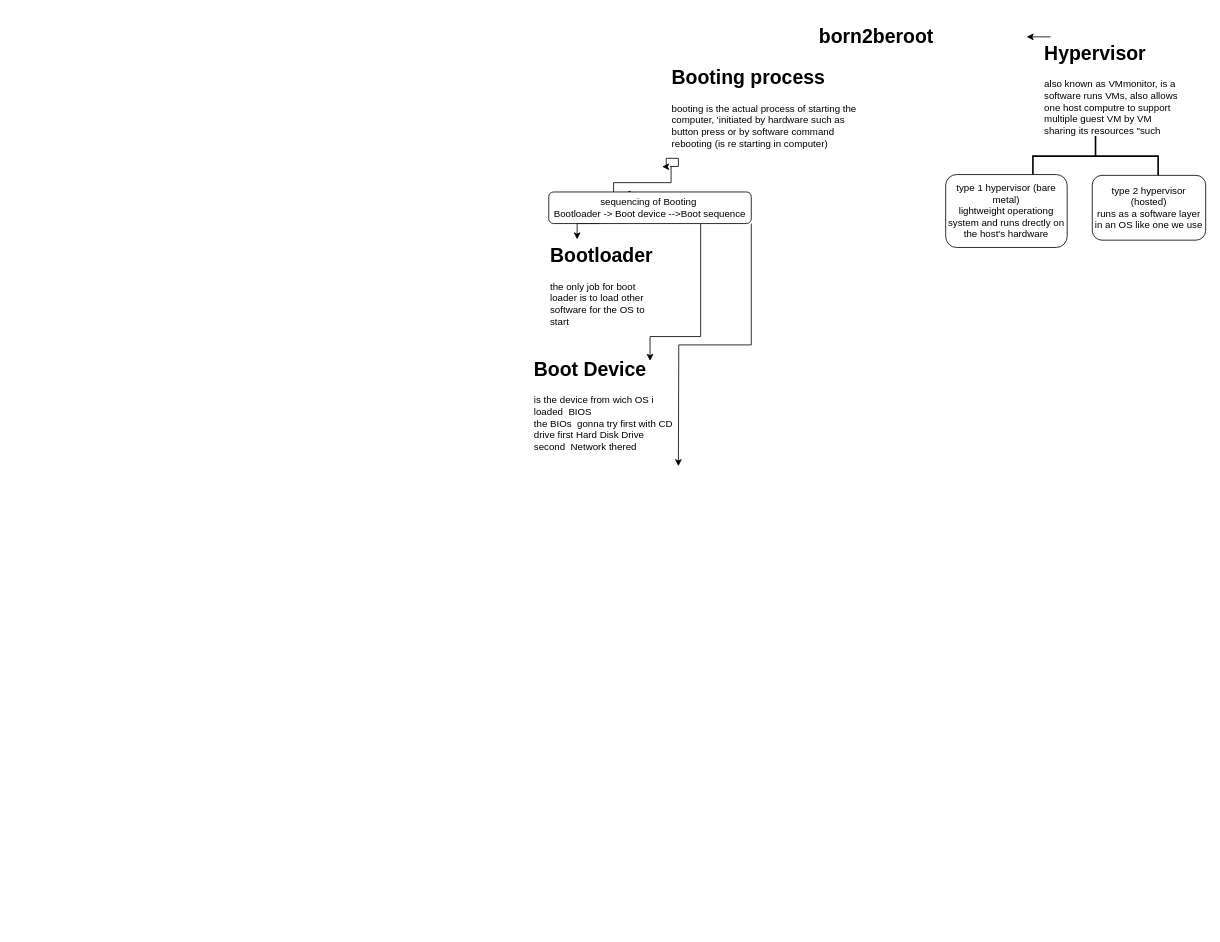
The draw.io diagram hi/algorithms/Untitled Diagram.drawio in raynlamlaika/rayane-hub, before the edit. Source tidied: cells renumbered, new cells numbered last; positions are measured from the earlier drawing's top-left corner, leaving out a move shared by most shapes. Both pictures are drawn from the tidied source at 81%, with x=0, y=0 at pixel (532, 20).
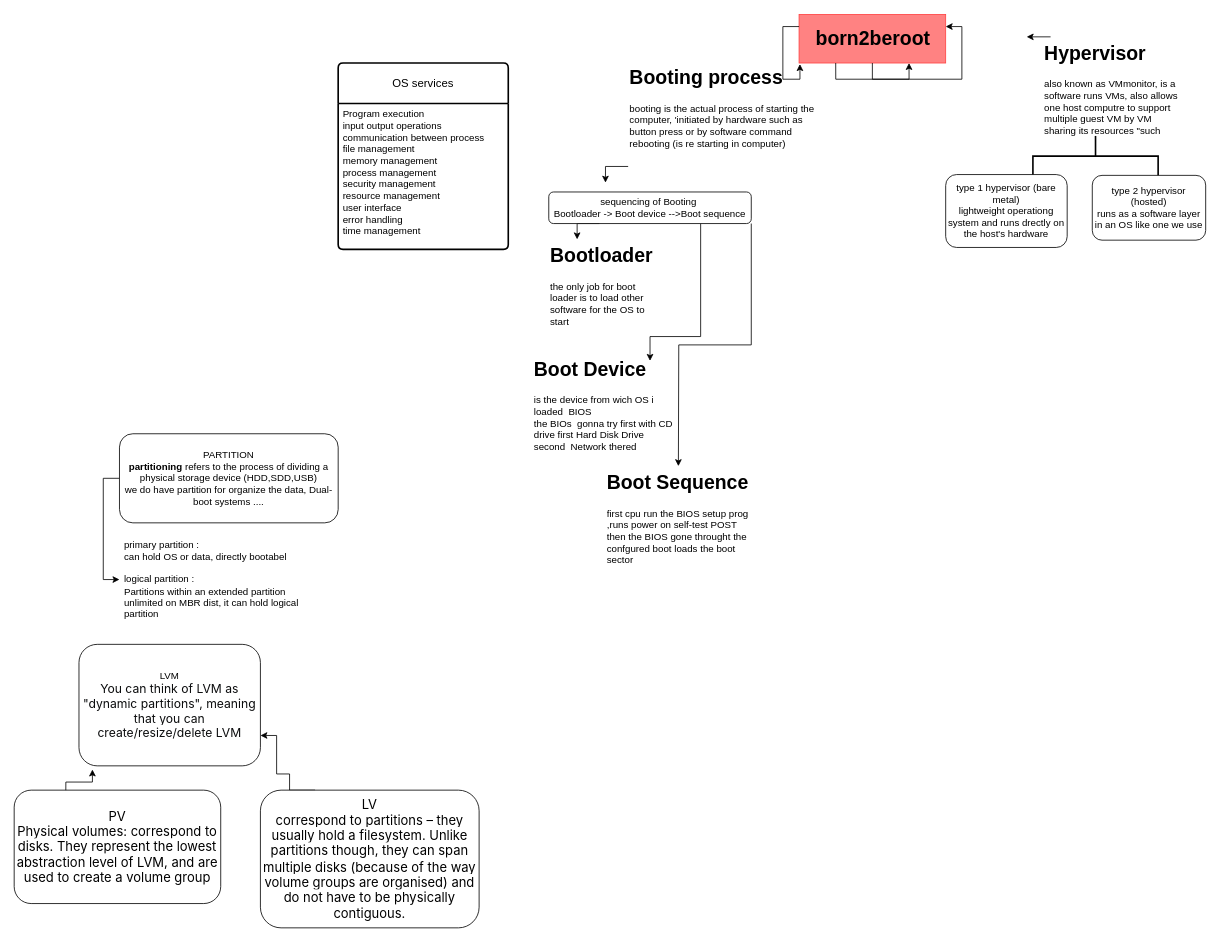
Above is the later version.

Unchanged cells that the change refers to:
```xml
<mxCell id="14" value="sequencing of Booting&amp;nbsp;&lt;div&gt;Bootloader -&amp;gt; Boot device --&amp;gt;Boot sequence&lt;/div&gt;" style="rounded=1;whiteSpace=wrap;html=1;" parent="1" vertex="1">
  <mxGeometry x="20" y="211.5" width="250" height="39" as="geometry" />
</mxCell>
```

What changed in the source:
```diff
@@
-    <mxCell id="2" value="born2beroot" style="text;strokeColor=none;fillColor=none;html=1;fontSize=24;fontStyle=1;verticalAlign=middle;align=center;" parent="1" vertex="1">
-      <mxGeometry x="349" width="150" height="40" as="geometry" />
+    <mxCell id="2" value="born2beroot" style="text;strokeColor=#FF4242;fillColor=#FF8282;html=1;fontSize=24;fontStyle=1;verticalAlign=middle;align=center;" parent="1" vertex="1">
+      <mxGeometry x="329" y="-7.7" width="181" height="60" as="geometry" />
     </mxCell>
@@
-    <mxCell id="8" style="edgeStyle=orthogonalEdgeStyle;rounded=0;jettySize=auto;html=1;exitX=0;exitY=1;exitDx=0;exitDy=0;entryX=0.37;entryY=0.06;entryDx=0;entryDy=0;entryPerimeter=0;" parent="1" edge="1" source="10" target="14">
-      <mxGeometry relative="1" as="geometry">
-        <Array as="points">
-          <mxPoint x="171" y="200" />
-          <mxPoint x="100" y="200" />
-          <mxPoint x="100" y="220" />
-          <mxPoint x="130" y="220" />
-          <mxPoint x="130" y="214" />
-        </Array>
-      </mxGeometry>
-    </mxCell>
-    <mxCell id="9" style="edgeStyle=orthogonalEdgeStyle;rounded=0;jettySize=auto;html=1;exitX=0;exitY=1;exitDx=0;exitDy=0;" parent="1" edge="1" source="10">
-      <mxGeometry relative="1" as="geometry">
-        <mxPoint x="160" y="180.3" as="targetPoint" />
-        <Array as="points">
-          <mxPoint x="180" y="180" />
-          <mxPoint x="180" y="170" />
-          <mxPoint x="165" y="170" />
-          <mxPoint x="165" y="180" />
-        </Array>
-      </mxGeometry>
-    </mxCell>
+    <mxCell id="17" style="edgeStyle=orthogonalEdgeStyle;rounded=0;jettySize=auto;html=1;exitX=0;exitY=1;exitDx=0;exitDy=0;" parent="1" edge="1" source="10">
+      <mxGeometry relative="1" as="geometry">
+        <mxPoint x="90" y="200" as="targetPoint" />
+      </mxGeometry>
+    </mxCell>
     <mxCell id="10" value="&lt;h1 style=&quot;margin-top: 0px;&quot;&gt;Booting process&lt;/h1&gt;&lt;div&gt;booting is the actual process of starting the computer, 'initiated by hardware such as button press or by software command&lt;/div&gt;&lt;div&gt;rebooting (is re starting in computer)&lt;/div&gt;" style="text;html=1;whiteSpace=wrap;overflow=hidden;rounded=0;" parent="1" vertex="1">
-      <mxGeometry x="170" y="50" width="231" height="130" as="geometry" />
+      <mxGeometry x="118" y="50" width="231" height="130" as="geometry" />
     </mxCell>
@@
+    <mxCell id="18" value="&lt;h1 style=&quot;margin-top: 0px;&quot;&gt;Boot Sequence&lt;/h1&gt;&lt;div&gt;first cpu run the BIOS setup prog&lt;/div&gt;&lt;div&gt;,runs power on self-test POST then the BIOS gone throught the confgured boot loads the boot sector&amp;nbsp;&lt;/div&gt;" style="text;html=1;whiteSpace=wrap;overflow=hidden;rounded=0;" parent="1" vertex="1">
+      <mxGeometry x="90" y="550" width="180" height="120" as="geometry" />
+    </mxCell>
+    <mxCell id="19" value="OS services" style="swimlane;horizontal=1;startSize=50;rounded=1;fontSize=14;fontStyle=0;strokeWidth=2;shadow=0;dashed=0;align=center;arcSize=4;whiteSpace=wrap;html=1;" parent="1" vertex="1">
+      <mxGeometry x="-240" y="52.3" width="210" height="230" as="geometry" />
+    </mxCell>
+    <mxCell id="20" value="Program execution&amp;nbsp;&lt;div&gt;input output operations&lt;/div&gt;&lt;div&gt;communication between process&lt;/div&gt;&lt;div&gt;file management&amp;nbsp;&lt;/div&gt;&lt;div&gt;memory management&lt;/div&gt;&lt;div&gt;process management&amp;nbsp;&lt;/div&gt;&lt;div&gt;security management&amp;nbsp;&lt;/div&gt;&lt;div&gt;resource management&lt;/div&gt;&lt;div&gt;user interface&lt;/div&gt;&lt;div&gt;error handling&lt;/div&gt;&lt;div&gt;time management&lt;/div&gt;" style="align=left;strokeColor=none;fillColor=none;spacingLeft=4;fontSize=12;verticalAlign=top;html=1;" parent="19" vertex="1">
+      <mxGeometry y="50" width="210" height="180" as="geometry" />
+    </mxCell>
+    <mxCell id="21" style="edgeStyle=orthogonalEdgeStyle;rounded=0;orthogonalLoop=1;jettySize=auto;html=1;exitX=0.5;exitY=1;exitDx=0;exitDy=0;entryX=1;entryY=0.25;entryDx=0;entryDy=0;" parent="1" edge="1" source="2" target="2">
+      <mxGeometry relative="1" as="geometry" />
+    </mxCell>
+    <mxCell id="22" style="edgeStyle=orthogonalEdgeStyle;rounded=0;orthogonalLoop=1;jettySize=auto;html=1;exitX=0.25;exitY=1;exitDx=0;exitDy=0;entryX=0.75;entryY=1;entryDx=0;entryDy=0;" parent="1" edge="1" source="2" target="2">
+      <mxGeometry relative="1" as="geometry" />
+    </mxCell>
+    <mxCell id="23" value="primary partition :&lt;div&gt;can hold OS or data, directly bootabel&lt;/div&gt;&lt;div&gt;&lt;br&gt;&lt;/div&gt;&lt;div&gt;logical partition :&lt;/div&gt;&lt;div&gt;Partitions within an extended partition&amp;nbsp;&lt;/div&gt;&lt;div&gt;unlimited on MBR dist, it can hold logical partition&lt;/div&gt;" style="text;strokeColor=none;fillColor=none;align=left;verticalAlign=middle;spacingLeft=4;spacingRight=4;overflow=hidden;points=[[0,0.5],[1,0.5]];portConstraint=eastwest;whiteSpace=wrap;html=1;" parent="1" vertex="1">
+      <mxGeometry x="-510" y="630" width="270" height="120" as="geometry" />
+    </mxCell>
+    <mxCell id="24" style="edgeStyle=orthogonalEdgeStyle;rounded=0;jettySize=auto;html=1;exitX=0;exitY=0.5;exitDx=0;exitDy=0;entryX=0;entryY=0.5;entryDx=0;entryDy=0;" parent="1" edge="1" source="25" target="23">
+      <mxGeometry relative="1" as="geometry" />
+    </mxCell>
+    <mxCell id="25" value="&lt;div&gt;PARTITION&lt;/div&gt;&lt;div&gt;&lt;strong&gt;partitioning&lt;/strong&gt;&amp;nbsp;refers to the process of dividing a physical storage device (HDD,SDD,USB)&lt;br&gt;&lt;/div&gt;&lt;div&gt;we do have partition for organize the data, Dual-boot systems ....&lt;/div&gt;" style="rounded=1;whiteSpace=wrap;html=1;" parent="1" vertex="1">
+      <mxGeometry x="-510" y="510" width="270" height="110" as="geometry" />
+    </mxCell>
+    <mxCell id="26" value="&lt;div&gt;LVM&lt;/div&gt;&lt;div&gt;&lt;span style=&quot;color: rgb(12, 13, 14); font-family: -apple-system, &amp;quot;system-ui&amp;quot;, &amp;quot;Segoe UI Adjusted&amp;quot;, &amp;quot;Segoe UI&amp;quot;, &amp;quot;Liberation Sans&amp;quot;, sans-serif; font-size: 15px; text-align: left; background-color: rgb(255, 255, 255);&quot;&gt;You can think of LVM as &quot;dynamic partitions&quot;, meaning that you can create/resize/delete LVM&lt;/span&gt;&lt;br&gt;&lt;/div&gt;" style="rounded=1;whiteSpace=wrap;html=1;" parent="1" vertex="1">
+      <mxGeometry x="-560" y="770" width="224" height="150" as="geometry" />
+    </mxCell>
+    <mxCell id="27" value="&lt;div&gt;&lt;span style=&quot;font-family: &amp;quot;Ubuntu variable&amp;quot;, Ubuntu, -apple-system, &amp;quot;Segoe UI&amp;quot;, Roboto, Oxygen, Cantarell, &amp;quot;Fira Sans&amp;quot;, &amp;quot;Droid Sans&amp;quot;, &amp;quot;Helvetica Neue&amp;quot;, sans-serif; font-size: 16px; text-align: left; white-space: pretty; background-color: rgb(255, 255, 255); box-sizing: inherit;&quot;&gt;PV&lt;/span&gt;&lt;/div&gt;&lt;span style=&quot;font-family: &amp;quot;Ubuntu variable&amp;quot;, Ubuntu, -apple-system, &amp;quot;Segoe UI&amp;quot;, Roboto, Oxygen, Cantarell, &amp;quot;Fira Sans&amp;quot;, &amp;quot;Droid Sans&amp;quot;, &amp;quot;Helvetica Neue&amp;quot;, sans-serif; font-size: 16px; text-align: left; white-space: pretty; background-color: rgb(255, 255, 255); box-sizing: inherit;&quot;&gt;Physical volumes&lt;/span&gt;&lt;span style=&quot;font-family: &amp;quot;Ubuntu variable&amp;quot;, Ubuntu, -apple-system, &amp;quot;Segoe UI&amp;quot;, Roboto, Oxygen, Cantarell, &amp;quot;Fira Sans&amp;quot;, &amp;quot;Droid Sans&amp;quot;, &amp;quot;Helvetica Neue&amp;quot;, sans-serif; font-size: 16px; text-align: left; white-space: pretty; background-color: rgb(255, 255, 255);&quot;&gt;: correspond to disks. They represent the lowest abstraction level of LVM, and are used to create a volume group&lt;/span&gt;" style="rounded=1;whiteSpace=wrap;html=1;" parent="1" vertex="1">
+      <mxGeometry x="-640" y="950" width="255" height="140" as="geometry" />
+    </mxCell>
+    <mxCell id="28" style="edgeStyle=orthogonalEdgeStyle;rounded=0;jettySize=auto;html=1;exitX=0.25;exitY=0;exitDx=0;exitDy=0;entryX=0.074;entryY=1.03;entryDx=0;entryDy=0;entryPerimeter=0;" parent="1" edge="1" source="27" target="26">
+      <mxGeometry relative="1" as="geometry">
+        <Array as="points">
+          <mxPoint x="-576" y="940" />
+          <mxPoint x="-543" y="940" />
+        </Array>
+      </mxGeometry>
+    </mxCell>
+    <mxCell id="29" style="edgeStyle=orthogonalEdgeStyle;rounded=0;jettySize=auto;html=1;exitX=0.25;exitY=0;exitDx=0;exitDy=0;entryX=1;entryY=0.75;entryDx=0;entryDy=0;" parent="1" edge="1" source="30" target="26">
+      <mxGeometry relative="1" as="geometry">
+        <Array as="points">
+          <mxPoint x="-300" y="950" />
+          <mxPoint x="-300" y="930" />
+          <mxPoint x="-316" y="930" />
+          <mxPoint x="-316" y="883" />
+        </Array>
+      </mxGeometry>
+    </mxCell>
+    <mxCell id="30" value="&lt;div&gt;&lt;span style=&quot;font-family: &amp;quot;Ubuntu variable&amp;quot;, Ubuntu, -apple-system, &amp;quot;Segoe UI&amp;quot;, Roboto, Oxygen, Cantarell, &amp;quot;Fira Sans&amp;quot;, &amp;quot;Droid Sans&amp;quot;, &amp;quot;Helvetica Neue&amp;quot;, sans-serif; font-size: 16px; text-align: left; white-space: pretty; background-color: rgb(255, 255, 255);&quot;&gt;LV&lt;/span&gt;&lt;/div&gt;&lt;span style=&quot;font-family: &amp;quot;Ubuntu variable&amp;quot;, Ubuntu, -apple-system, &amp;quot;Segoe UI&amp;quot;, Roboto, Oxygen, Cantarell, &amp;quot;Fira Sans&amp;quot;, &amp;quot;Droid Sans&amp;quot;, &amp;quot;Helvetica Neue&amp;quot;, sans-serif; font-size: 16px; text-align: left; white-space: pretty; background-color: rgb(255, 255, 255);&quot;&gt;correspond to partitions – they usually hold a filesystem. Unlike partitions though, they can span multiple disks (because of the way volume groups are organised) and do not have to be physically contiguous.&lt;/span&gt;" style="rounded=1;whiteSpace=wrap;html=1;" parent="1" vertex="1">
+      <mxGeometry x="-336" y="950" width="270" height="170" as="geometry" />
+    </mxCell>
+    <mxCell id="31" style="edgeStyle=orthogonalEdgeStyle;rounded=0;jettySize=auto;html=1;exitX=0;exitY=0.25;exitDx=0;exitDy=0;entryX=0.918;entryY=0.028;entryDx=0;entryDy=0;entryPerimeter=0;" parent="1" edge="1" source="2" target="10">
+      <mxGeometry relative="1" as="geometry" />
+    </mxCell>
```
